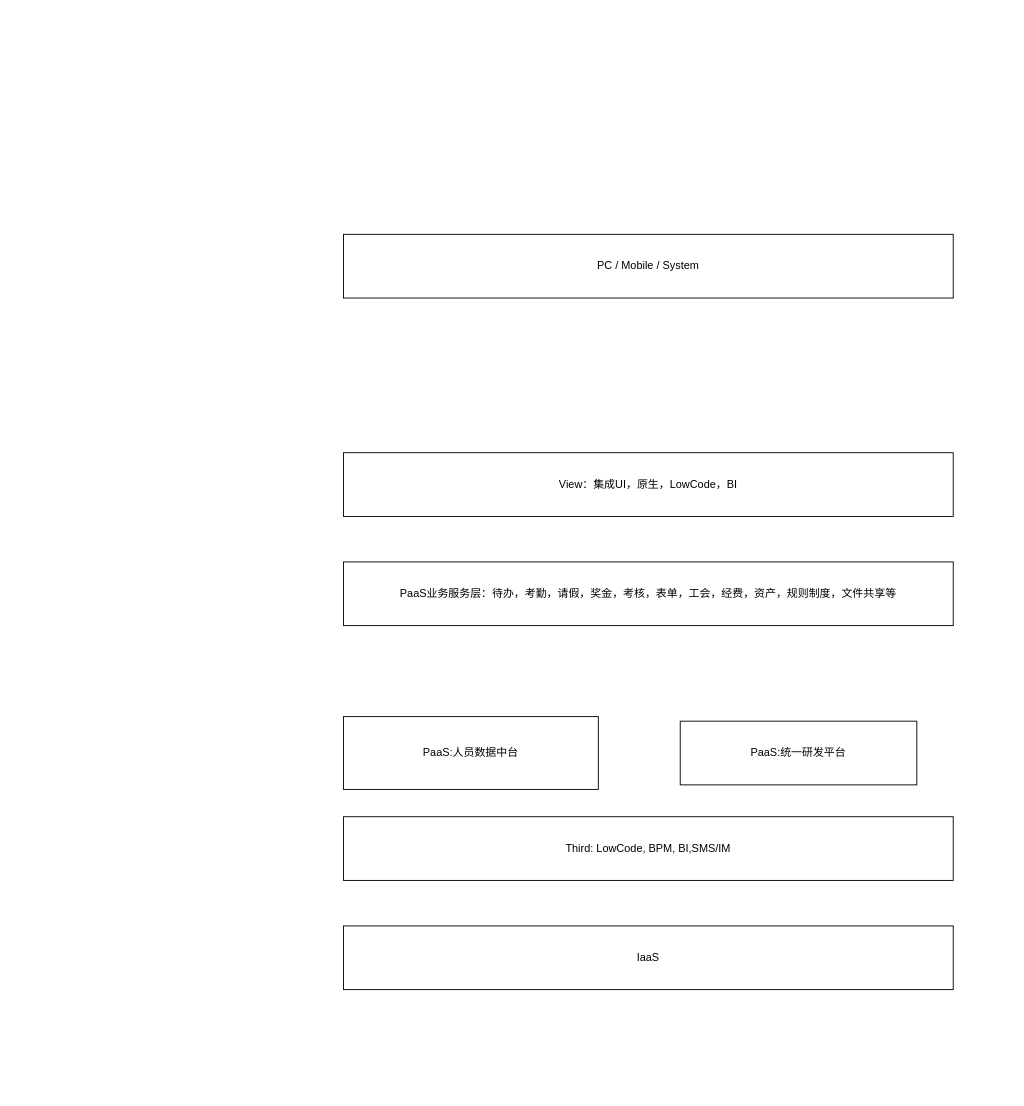
The draw.io diagram Untitled Diagram.drawio in O70/diagram-hub, before the edit. Source tidied: cells renumbered, new cells numbered last; positions are measured from the earlier drawing's top-left corner, leaving out a move shared by most shapes. Both pictures are drawn from the tidied source at 91%, with x=0, y=0 at pixel (343, 234).
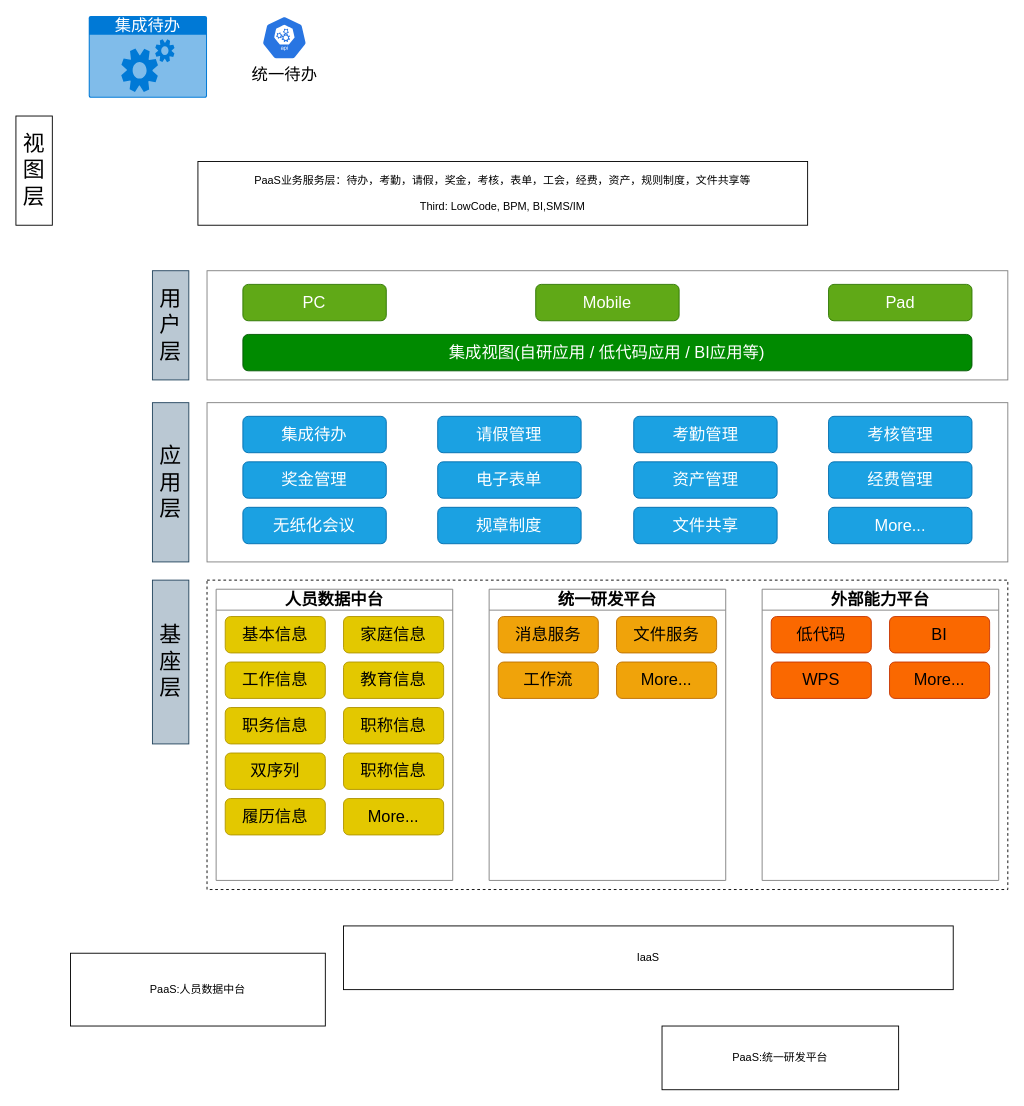
The same page after the edit.

What changed in the source:
```diff
@@
     <mxCell id="2" value="PaaS:人员数据中台" style="rounded=0;whiteSpace=wrap;html=1;" parent="1" vertex="1">
-      <mxGeometry y="530" width="280" height="80" as="geometry" />
+      <mxGeometry x="-300" y="790" width="280" height="80" as="geometry" />
     </mxCell>
-    <mxCell id="3" value="PaaS业务服务层：待办，考勤，请假，奖金，考核，表单，工会，经费，资产，规则制度，文件共享等" style="rounded=0;whiteSpace=wrap;html=1;" parent="1" vertex="1">
-      <mxGeometry y="360" width="670" height="70" as="geometry" />
-    </mxCell>
     <mxCell id="4" value="PaaS:统一研发平台" style="rounded=0;whiteSpace=wrap;html=1;" parent="1" vertex="1">
-      <mxGeometry x="370" y="535" width="260" height="70" as="geometry" />
+      <mxGeometry x="350" y="870" width="260" height="70" as="geometry" />
     </mxCell>
-    <mxCell id="5" value="Third: LowCode, BPM, BI,SMS/IM" style="rounded=0;whiteSpace=wrap;html=1;" parent="1" vertex="1">
-      <mxGeometry y="640" width="670" height="70" as="geometry" />
+    <mxCell id="5" style="rounded=0;whiteSpace=wrap;html=1;dashed=1;" parent="1" vertex="1">
+      <mxGeometry x="-150" y="380" width="880" height="340" as="geometry" />
     </mxCell>
-    <mxCell id="6" value="View：集成UI，原生，LowCode，BI" style="rounded=0;whiteSpace=wrap;html=1;" parent="1" vertex="1">
-      <mxGeometry y="240" width="670" height="70" as="geometry" />
-    </mxCell>
@@
+    <mxCell id="9" value="&lt;font style=&quot;font-size: 24px;&quot;&gt;视图层&lt;/font&gt;" style="rounded=0;whiteSpace=wrap;html=1;" parent="1" vertex="1">
+      <mxGeometry x="-360" y="-130" width="40" height="120" as="geometry" />
+    </mxCell>
+    <mxCell id="10" value="&lt;font size=&quot;5&quot;&gt;应用层&lt;/font&gt;" style="rounded=0;whiteSpace=wrap;html=1;fillColor=#bac8d3;strokeColor=#23445d;" parent="1" vertex="1">
+      <mxGeometry x="-210" y="185" width="40" height="175" as="geometry" />
+    </mxCell>
+    <mxCell id="11" value="PaaS业务服务层：待办，考勤，请假，奖金，考核，表单，工会，经费，资产，规则制度，文件共享等&lt;br&gt;&lt;br&gt;Third: LowCode, BPM, BI,SMS/IM" style="rounded=0;whiteSpace=wrap;html=1;" parent="1" vertex="1">
+      <mxGeometry x="-160" y="-80" width="670" height="70" as="geometry" />
+    </mxCell>
+    <mxCell id="12" value="&lt;font style=&quot;font-size: 18px;&quot;&gt;集成待办&lt;/font&gt;" style="html=1;whiteSpace=wrap;strokeColor=none;fillColor=#0079D6;labelPosition=center;verticalLabelPosition=middle;verticalAlign=top;align=center;fontSize=12;spacingTop=-6;fontColor=#FFFFFF;sketch=0;shape=mxgraph.sitemap.services;" parent="1" vertex="1">
+      <mxGeometry x="-280" y="-240" width="130" height="90" as="geometry" />
+    </mxCell>
+    <mxCell id="13" value="&lt;font style=&quot;font-size: 18px;&quot;&gt;统一待办&lt;/font&gt;" style="sketch=0;html=1;dashed=0;whitespace=wrap;fillColor=#2875E2;strokeColor=#ffffff;verticalLabelPosition=bottom;align=center;verticalAlign=top;shape=mxgraph.kubernetes.icon;prIcon=api;" parent="1" vertex="1">
+      <mxGeometry x="-90" y="-240" width="50" height="48" as="geometry" />
+    </mxCell>
+    <mxCell id="14" value="&lt;font size=&quot;5&quot;&gt;基座层&lt;/font&gt;" style="rounded=0;whiteSpace=wrap;html=1;fillColor=#bac8d3;strokeColor=#23445d;" parent="1" vertex="1">
+      <mxGeometry x="-210" y="380" width="40" height="180" as="geometry" />
+    </mxCell>
+    <mxCell id="15" style="group;" parent="1" vertex="1">
+      <mxGeometry x="-150" y="185" width="880" height="175" as="geometry" />
+    </mxCell>
+    <mxCell id="3" style="rounded=0;whiteSpace=wrap;html=1;flipH=0;flipV=1;strokeColor=#808080;" parent="15" vertex="1">
+      <mxGeometry width="880" height="175" as="geometry" />
+    </mxCell>
+    <mxCell id="16" value="&lt;font size=&quot;4&quot;&gt;集成待办&lt;/font&gt;" style="rounded=1;whiteSpace=wrap;html=1;fillColor=#1ba1e2;fontColor=#ffffff;strokeColor=#006EAF;" parent="15" vertex="1">
+      <mxGeometry x="39.4" y="15" width="157.6" height="40" as="geometry" />
+    </mxCell>
+    <mxCell id="17" value="&lt;font size=&quot;4&quot;&gt;请假管理&lt;/font&gt;" style="rounded=1;whiteSpace=wrap;html=1;fillColor=#1ba1e2;fontColor=#ffffff;strokeColor=#006EAF;" parent="15" vertex="1">
+      <mxGeometry x="253.5" y="15" width="157.6" height="40" as="geometry" />
+    </mxCell>
+    <mxCell id="18" value="&lt;font size=&quot;4&quot;&gt;考勤管理&lt;/font&gt;" style="rounded=1;whiteSpace=wrap;html=1;fillColor=#1ba1e2;fontColor=#ffffff;strokeColor=#006EAF;" parent="15" vertex="1">
+      <mxGeometry x="468.9" y="15" width="157.6" height="40" as="geometry" />
+    </mxCell>
+    <mxCell id="19" value="&lt;font size=&quot;4&quot;&gt;考核管理&lt;/font&gt;" style="rounded=1;whiteSpace=wrap;html=1;fillColor=#1ba1e2;fontColor=#ffffff;strokeColor=#006EAF;" parent="15" vertex="1">
+      <mxGeometry x="683" y="15" width="157.6" height="40" as="geometry" />
+    </mxCell>
+    <mxCell id="20" value="&lt;font size=&quot;4&quot;&gt;奖金管理&lt;/font&gt;" style="rounded=1;whiteSpace=wrap;html=1;fillColor=#1ba1e2;fontColor=#ffffff;strokeColor=#006EAF;" parent="15" vertex="1">
+      <mxGeometry x="39.4" y="65" width="157.6" height="40" as="geometry" />
+    </mxCell>
+    <mxCell id="21" value="&lt;font size=&quot;4&quot;&gt;电子表单&lt;/font&gt;" style="rounded=1;whiteSpace=wrap;html=1;fillColor=#1ba1e2;fontColor=#ffffff;strokeColor=#006EAF;" parent="15" vertex="1">
+      <mxGeometry x="253.5" y="65" width="157.6" height="40" as="geometry" />
+    </mxCell>
+    <mxCell id="22" value="&lt;font size=&quot;4&quot;&gt;资产管理&lt;/font&gt;" style="rounded=1;whiteSpace=wrap;html=1;fillColor=#1ba1e2;fontColor=#ffffff;strokeColor=#006EAF;" parent="15" vertex="1">
+      <mxGeometry x="468.9" y="65" width="157.6" height="40" as="geometry" />
+    </mxCell>
+    <mxCell id="23" value="&lt;font size=&quot;4&quot;&gt;经费管理&lt;/font&gt;" style="rounded=1;whiteSpace=wrap;html=1;fillColor=#1ba1e2;fontColor=#ffffff;strokeColor=#006EAF;" parent="15" vertex="1">
+      <mxGeometry x="683" y="65" width="157.6" height="40" as="geometry" />
+    </mxCell>
+    <mxCell id="24" value="&lt;font size=&quot;4&quot;&gt;无纸化会议&lt;/font&gt;" style="rounded=1;whiteSpace=wrap;html=1;fillColor=#1ba1e2;fontColor=#ffffff;strokeColor=#006EAF;" parent="15" vertex="1">
+      <mxGeometry x="39.4" y="115" width="157.6" height="40" as="geometry" />
+    </mxCell>
+    <mxCell id="25" value="&lt;font size=&quot;4&quot;&gt;规章制度&lt;/font&gt;" style="rounded=1;whiteSpace=wrap;html=1;fillColor=#1ba1e2;fontColor=#ffffff;strokeColor=#006EAF;" parent="15" vertex="1">
+      <mxGeometry x="253.5" y="115" width="157.6" height="40" as="geometry" />
+    </mxCell>
+    <mxCell id="26" value="&lt;font size=&quot;4&quot;&gt;文件共享&lt;/font&gt;" style="rounded=1;whiteSpace=wrap;html=1;fillColor=#1ba1e2;fontColor=#ffffff;strokeColor=#006EAF;" parent="15" vertex="1">
+      <mxGeometry x="468.9" y="115" width="157.6" height="40" as="geometry" />
+    </mxCell>
+    <mxCell id="27" value="&lt;font size=&quot;4&quot;&gt;More...&lt;/font&gt;" style="rounded=1;whiteSpace=wrap;html=1;fillColor=#1ba1e2;fontColor=#ffffff;strokeColor=#006EAF;" parent="15" vertex="1">
+      <mxGeometry x="683" y="115" width="157.6" height="40" as="geometry" />
+    </mxCell>
+    <mxCell id="28" value="&lt;font size=&quot;5&quot;&gt;用户层&lt;/font&gt;" style="rounded=0;whiteSpace=wrap;html=1;fillColor=#bac8d3;strokeColor=#23445d;" parent="1" vertex="1">
+      <mxGeometry x="-210" y="40" width="40" height="120" as="geometry" />
+    </mxCell>
+    <mxCell id="29" style="group;" parent="1" vertex="1">
+      <mxGeometry x="-150" y="40" width="880" height="120" as="geometry" />
+    </mxCell>
-    <mxCell id="8" value="PC / Mobile / System" style="rounded=0;whiteSpace=wrap;html=1;" parent="1" vertex="1">
-      <mxGeometry width="670" height="70" as="geometry" />
+    <mxCell id="8" style="rounded=0;whiteSpace=wrap;html=1;strokeColor=#808080;" parent="29" vertex="1">
+      <mxGeometry width="880" height="120" as="geometry" />
     </mxCell>
+    <mxCell id="30" value="&lt;font size=&quot;4&quot;&gt;PC&lt;/font&gt;" style="rounded=1;whiteSpace=wrap;html=1;fillColor=#60a917;fontColor=#ffffff;strokeColor=#2D7600;" parent="29" vertex="1">
+      <mxGeometry x="39.4" y="15" width="157.6" height="40" as="geometry" />
+    </mxCell>
+    <mxCell id="31" value="&lt;font size=&quot;4&quot;&gt;Mobile&lt;/font&gt;" style="rounded=1;whiteSpace=wrap;html=1;fillColor=#60a917;fontColor=#ffffff;strokeColor=#2D7600;" parent="29" vertex="1">
+      <mxGeometry x="361.2" y="15" width="157.6" height="40" as="geometry" />
+    </mxCell>
+    <mxCell id="32" value="&lt;font size=&quot;4&quot;&gt;Pad&lt;/font&gt;" style="rounded=1;whiteSpace=wrap;html=1;fillColor=#60a917;fontColor=#ffffff;strokeColor=#2D7600;" parent="29" vertex="1">
+      <mxGeometry x="683" y="15" width="157.6" height="40" as="geometry" />
+    </mxCell>
+    <mxCell id="33" value="&lt;font size=&quot;4&quot;&gt;集成视图(自研应用 / 低代码应用 / BI应用等)&lt;/font&gt;" style="rounded=1;whiteSpace=wrap;html=1;fillColor=#008a00;fontColor=#ffffff;strokeColor=#005700;" parent="29" vertex="1">
+      <mxGeometry x="39.4" y="70" width="801.2" height="40" as="geometry" />
+    </mxCell>
+    <mxCell id="34" value="&lt;font style=&quot;font-size: 18px;&quot;&gt;人员数据中台&lt;/font&gt;" style="swimlane;whiteSpace=wrap;html=1;startSize=23;strokeColor=#808080;" parent="1" vertex="1">
+      <mxGeometry x="-140" y="390" width="260" height="320" as="geometry" />
+    </mxCell>
+    <mxCell id="35" value="&lt;font size=&quot;4&quot;&gt;家庭信息&lt;/font&gt;" style="rounded=1;whiteSpace=wrap;html=1;fillColor=#e3c800;strokeColor=#B09500;fontColor=#000000;" parent="34" vertex="1">
+      <mxGeometry x="140" y="30" width="110" height="40" as="geometry" />
+    </mxCell>
+    <mxCell id="36" value="&lt;font size=&quot;4&quot;&gt;职称信息&lt;/font&gt;" style="rounded=1;whiteSpace=wrap;html=1;fillColor=#e3c800;strokeColor=#B09500;fontColor=#000000;" parent="34" vertex="1">
+      <mxGeometry x="140" y="180" width="110" height="40" as="geometry" />
+    </mxCell>
+    <mxCell id="37" value="&lt;font size=&quot;4&quot;&gt;双序列&lt;/font&gt;" style="rounded=1;whiteSpace=wrap;html=1;fillColor=#e3c800;strokeColor=#B09500;fontColor=#000000;" parent="34" vertex="1">
+      <mxGeometry x="10" y="180" width="110" height="40" as="geometry" />
+    </mxCell>
+    <mxCell id="38" value="&lt;font size=&quot;4&quot;&gt;统一研发平台&lt;/font&gt;" style="swimlane;whiteSpace=wrap;html=1;startSize=23;strokeColor=#808080;" parent="1" vertex="1">
+      <mxGeometry x="160" y="390" width="260" height="320" as="geometry" />
+    </mxCell>
+    <mxCell id="39" value="&lt;font size=&quot;4&quot;&gt;More...&lt;/font&gt;" style="rounded=1;whiteSpace=wrap;html=1;fillColor=#f0a30a;strokeColor=#BD7000;fontColor=#000000;" parent="38" vertex="1">
+      <mxGeometry x="140" y="80" width="110" height="40" as="geometry" />
+    </mxCell>
+    <mxCell id="40" value="&lt;font size=&quot;4&quot;&gt;工作流&lt;/font&gt;" style="rounded=1;whiteSpace=wrap;html=1;fillColor=#f0a30a;strokeColor=#BD7000;fontColor=#000000;" parent="38" vertex="1">
+      <mxGeometry x="10" y="80" width="110" height="40" as="geometry" />
+    </mxCell>
+    <mxCell id="41" value="&lt;font size=&quot;4&quot;&gt;外部能力平台&lt;/font&gt;" style="swimlane;whiteSpace=wrap;html=1;startSize=23;strokeColor=#808080;" parent="1" vertex="1">
+      <mxGeometry x="460" y="390" width="260" height="320" as="geometry" />
+    </mxCell>
+    <mxCell id="42" value="&lt;font size=&quot;4&quot;&gt;基本信息&lt;/font&gt;" style="rounded=1;whiteSpace=wrap;html=1;fillColor=#e3c800;strokeColor=#B09500;fontColor=#000000;" parent="1" vertex="1">
+      <mxGeometry x="-130" y="420" width="110" height="40" as="geometry" />
+    </mxCell>
+    <mxCell id="43" value="&lt;font size=&quot;4&quot;&gt;文件服务&lt;/font&gt;" style="rounded=1;whiteSpace=wrap;html=1;fillColor=#f0a30a;strokeColor=#BD7000;fontColor=#000000;" parent="1" vertex="1">
+      <mxGeometry x="300" y="420" width="110" height="40" as="geometry" />
+    </mxCell>
+    <mxCell id="44" value="&lt;font size=&quot;4&quot;&gt;消息服务&lt;/font&gt;" style="rounded=1;whiteSpace=wrap;html=1;fillColor=#f0a30a;strokeColor=#BD7000;fontColor=#000000;" parent="1" vertex="1">
+      <mxGeometry x="170" y="420" width="110" height="40" as="geometry" />
+    </mxCell>
+    <mxCell id="45" value="&lt;font size=&quot;4&quot;&gt;BI&lt;/font&gt;" style="rounded=1;whiteSpace=wrap;html=1;fillColor=#fa6800;fontColor=#000000;strokeColor=#C73500;" parent="1" vertex="1">
+      <mxGeometry x="600" y="420" width="110" height="40" as="geometry" />
+    </mxCell>
+    <mxCell id="46" value="&lt;font size=&quot;4&quot;&gt;低代码&lt;/font&gt;" style="rounded=1;whiteSpace=wrap;html=1;fillColor=#fa6800;fontColor=#000000;strokeColor=#C73500;" parent="1" vertex="1">
+      <mxGeometry x="470" y="420" width="110" height="40" as="geometry" />
+    </mxCell>
+    <mxCell id="47" value="&lt;font size=&quot;4&quot;&gt;教育信息&lt;/font&gt;" style="rounded=1;whiteSpace=wrap;html=1;fillColor=#e3c800;strokeColor=#B09500;fontColor=#000000;" parent="1" vertex="1">
+      <mxGeometry y="470" width="110" height="40" as="geometry" />
+    </mxCell>
+    <mxCell id="48" value="&lt;font size=&quot;4&quot;&gt;工作信息&lt;/font&gt;" style="rounded=1;whiteSpace=wrap;html=1;fillColor=#e3c800;strokeColor=#B09500;fontColor=#000000;" parent="1" vertex="1">
+      <mxGeometry x="-130" y="470" width="110" height="40" as="geometry" />
+    </mxCell>
+    <mxCell id="49" value="&lt;font size=&quot;4&quot;&gt;职称信息&lt;/font&gt;" style="rounded=1;whiteSpace=wrap;html=1;fillColor=#e3c800;strokeColor=#B09500;fontColor=#000000;" parent="1" vertex="1">
+      <mxGeometry y="520" width="110" height="40" as="geometry" />
+    </mxCell>
+    <mxCell id="50" value="&lt;font size=&quot;4&quot;&gt;职务信息&lt;/font&gt;" style="rounded=1;whiteSpace=wrap;html=1;fillColor=#e3c800;strokeColor=#B09500;fontColor=#000000;" parent="1" vertex="1">
+      <mxGeometry x="-130" y="520" width="110" height="40" as="geometry" />
+    </mxCell>
+    <mxCell id="51" value="&lt;font size=&quot;4&quot;&gt;More...&lt;/font&gt;" style="rounded=1;whiteSpace=wrap;html=1;fillColor=#e3c800;strokeColor=#B09500;fontColor=#000000;" parent="1" vertex="1">
+      <mxGeometry y="620" width="110" height="40" as="geometry" />
+    </mxCell>
+    <mxCell id="52" value="&lt;font size=&quot;4&quot;&gt;履历信息&lt;/font&gt;" style="rounded=1;whiteSpace=wrap;html=1;fillColor=#e3c800;strokeColor=#B09500;fontColor=#000000;" parent="1" vertex="1">
+      <mxGeometry x="-130" y="620" width="110" height="40" as="geometry" />
+    </mxCell>
+    <mxCell id="53" value="&lt;font size=&quot;4&quot;&gt;More...&lt;/font&gt;" style="rounded=1;whiteSpace=wrap;html=1;fillColor=#fa6800;fontColor=#000000;strokeColor=#C73500;" parent="1" vertex="1">
+      <mxGeometry x="600" y="470" width="110" height="40" as="geometry" />
+    </mxCell>
+    <mxCell id="54" value="&lt;font size=&quot;4&quot;&gt;WPS&lt;/font&gt;" style="rounded=1;whiteSpace=wrap;html=1;fillColor=#fa6800;fontColor=#000000;strokeColor=#C73500;" parent="1" vertex="1">
+      <mxGeometry x="470" y="470" width="110" height="40" as="geometry" />
+    </mxCell>
```
